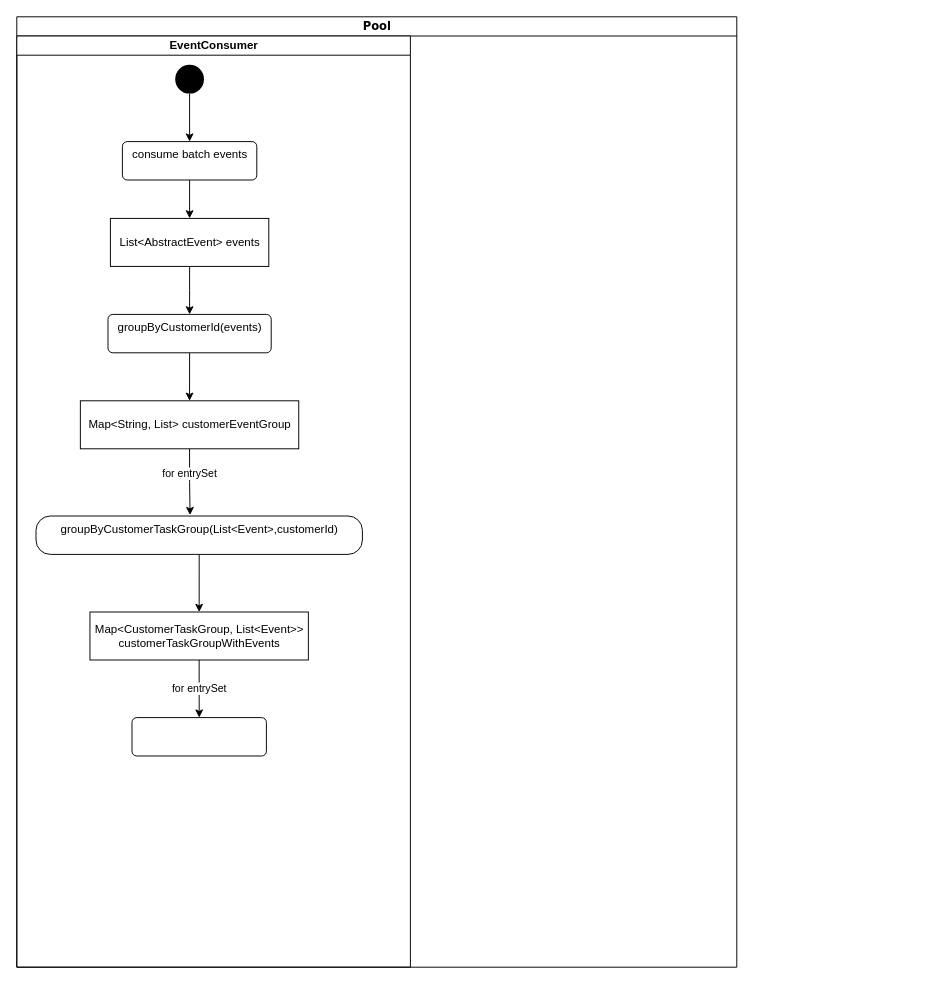
Before: Untitled Diagram.drawio in Cardiolith/task_demo, a draw.io diagram. Source tidied: cells renumbered, new cells numbered last; positions are measured from the earlier drawing's top-left corner, leaving out a move shared by most shapes. Both pictures are drawn from the tidied source at 96%, with x=0, y=0 at pixel (16, 16).
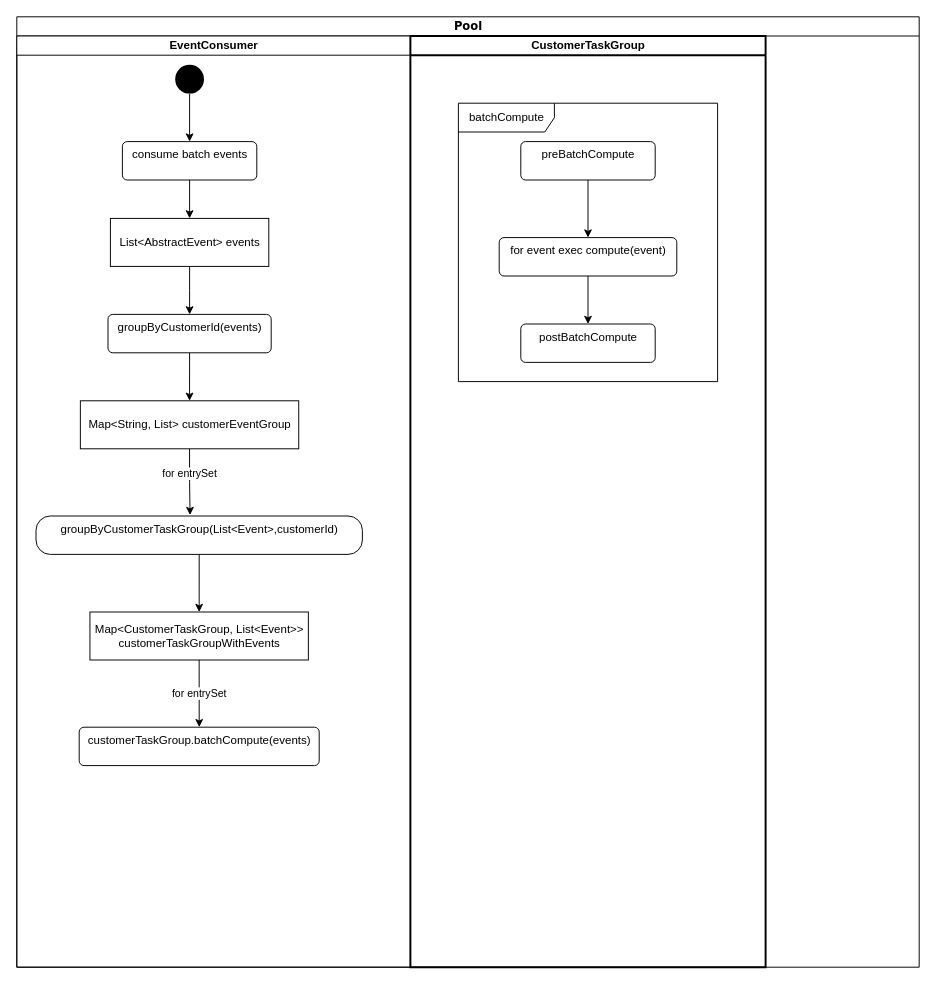
The same diagram, later.

Unchanged cells that the change refers to:
```xml
<mxCell id="3" value="EventConsumer" style="swimlane;html=1;startSize=20;" parent="2" vertex="1">
  <mxGeometry y="20" width="410" height="970" as="geometry" />
</mxCell>
<mxCell id="18" value="Map&amp;lt;CustomerTaskGroup, List&amp;lt;Event&amp;gt;&amp;gt; &lt;br&gt;customerTaskGroupWithEvents" style="html=1;" parent="3" vertex="1">
  <mxGeometry x="76.2" y="600" width="227.5" height="50" as="geometry" />
</mxCell>
```

Change to the diagram source:
```diff
@@
     <mxCell id="2" value="Pool" style="swimlane;html=1;startSize=20;rounded=0;shadow=0;comic=0;labelBackgroundColor=none;strokeWidth=1;fontFamily=Verdana;fontSize=12;align=center;" parent="1" vertex="1">
-      <mxGeometry width="750" height="990" as="geometry" />
+      <mxGeometry width="940" height="990" as="geometry" />
     </mxCell>
@@
-    <mxCell id="17" value="for entrySet" style="edgeStyle=orthogonalEdgeStyle;rounded=0;jettySize=auto;html=1;exitX=0.5;exitY=1;exitDx=0;exitDy=0;entryX=0.5;entryY=0;entryDx=0;entryDy=0;" parent="3" edge="1" source="18" target="19">
+    <mxCell id="17" value="for entrySet" style="edgeStyle=orthogonalEdgeStyle;rounded=0;jettySize=auto;html=1;exitX=0.5;exitY=1;exitDx=0;exitDy=0;entryX=0.5;entryY=0;entryDx=0;entryDy=0;" parent="3" edge="1" source="18" target="20">
       <mxGeometry relative="1" as="geometry" />
     </mxCell>
@@
-    <mxCell id="19" value="&lt;font color=&quot;rgba(0, 0, 0, 0)&quot; face=&quot;monospace&quot;&gt;&lt;span style=&quot;font-size: 0px&quot;&gt;cs&lt;/span&gt;&lt;/font&gt;" style="html=1;align=center;verticalAlign=top;rounded=1;absoluteArcSize=1;arcSize=10;dashed=0;" parent="3" vertex="1">
-      <mxGeometry x="120" y="710" width="140" height="40" as="geometry" />
-    </mxCell>
+    <mxCell id="20" value="customerTaskGroup.batchCompute(events)" style="html=1;align=center;verticalAlign=top;rounded=1;absoluteArcSize=1;arcSize=10;dashed=0;" parent="3" vertex="1">
+      <mxGeometry x="65" y="720" width="250" height="40" as="geometry" />
+    </mxCell>
+    <mxCell id="21" value="CustomerTaskGroup" style="swimlane;html=1;startSize=20;fontStyle=1;horizontal=1;swimlaneLine=1;strokeWidth=2;swimlaneFillColor=none;" parent="2" vertex="1">
+      <mxGeometry x="410" y="20" width="370" height="970" as="geometry" />
+    </mxCell>
+    <mxCell id="22" value="batchCompute" style="shape=umlFrame;tabPosition=left;html=1;boundedLbl=1;labelInHeader=1;width=100;height=30;" parent="21" vertex="1">
+      <mxGeometry x="50" y="70" width="270" height="290" as="geometry" />
+    </mxCell>
+    <mxCell id="23" style="edgeStyle=orthogonalEdgeStyle;rounded=0;jettySize=auto;html=1;exitX=0.5;exitY=1;exitDx=0;exitDy=0;entryX=0.5;entryY=0;entryDx=0;entryDy=0;" parent="21" edge="1" source="24" target="27">
+      <mxGeometry relative="1" as="geometry" />
+    </mxCell>
+    <mxCell id="24" value="preBatchCompute" style="html=1;align=center;verticalAlign=top;rounded=1;absoluteArcSize=1;arcSize=10;dashed=0;" parent="21" vertex="1">
+      <mxGeometry x="115" y="110" width="140" height="40" as="geometry" />
+    </mxCell>
+    <mxCell id="25" value="postBatchCompute" style="html=1;align=center;verticalAlign=top;rounded=1;absoluteArcSize=1;arcSize=10;dashed=0;" parent="21" vertex="1">
+      <mxGeometry x="115" y="300" width="140" height="40" as="geometry" />
+    </mxCell>
+    <mxCell id="26" style="edgeStyle=orthogonalEdgeStyle;rounded=0;jettySize=auto;html=1;exitX=0.5;exitY=1;exitDx=0;exitDy=0;entryX=0.5;entryY=0;entryDx=0;entryDy=0;" parent="21" edge="1" source="27" target="25">
+      <mxGeometry relative="1" as="geometry" />
+    </mxCell>
+    <mxCell id="27" value="for event exec compute(event)&lt;br&gt;" style="html=1;align=center;verticalAlign=top;rounded=1;absoluteArcSize=1;arcSize=10;dashed=0;" parent="21" vertex="1">
+      <mxGeometry x="92.5" y="210" width="185" height="40" as="geometry" />
+    </mxCell>
```
